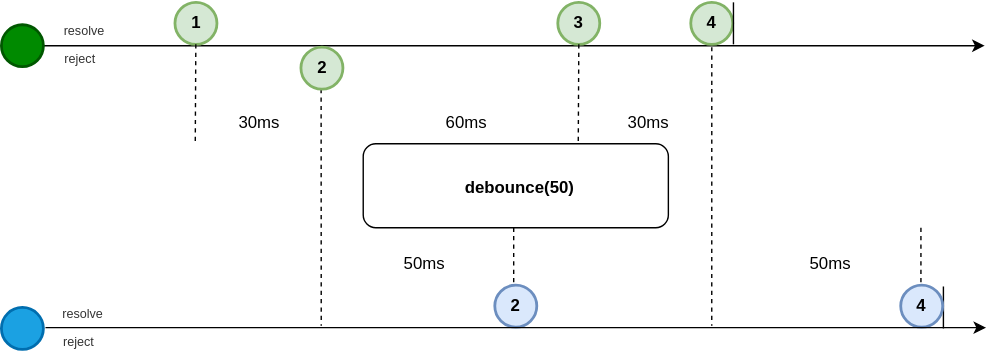
The draw.io diagram docs/public/debounce.drawio.svg in fluthjs/fluth-doc, before a commit. Source tidied: cells renumbered, new cells last; positions are measured from the earlier drawing's top-left corner, leaving out a move shared by most shapes.
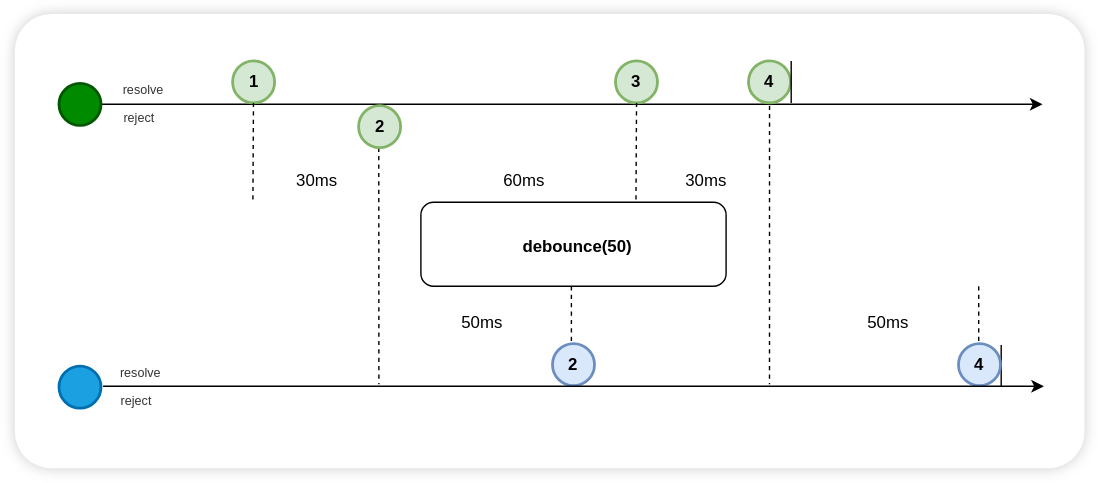
After the change.

Change to the diagram source:
```diff
@@ -2,6 +2,9 @@
   <root>
     <mxCell id="0" />
     <mxCell id="1" parent="0" />
+    <mxCell id="32" style="rounded=1;whiteSpace=wrap;html=1;fontFamily=Helvetica;fontSize=11;fontColor=default;labelBackgroundColor=default;arcSize=8;shadow=1;glass=0;strokeColor=none;shadowOffsetX=0;shadowOffsetY=0;shadowBlur=5;shadowColor=#333333;" parent="1" vertex="1">
+      <mxGeometry x="-32" y="-33.5" width="764" height="324.5" as="geometry" />
+    </mxCell>
     <mxCell id="2" style="edgeStyle=none;html=1;endArrow=none;endFill=0;dashed=1;" parent="1" edge="1">
       <mxGeometry relative="1" as="geometry">
         <mxPoint x="227.9" y="62" as="sourcePoint" />
```
